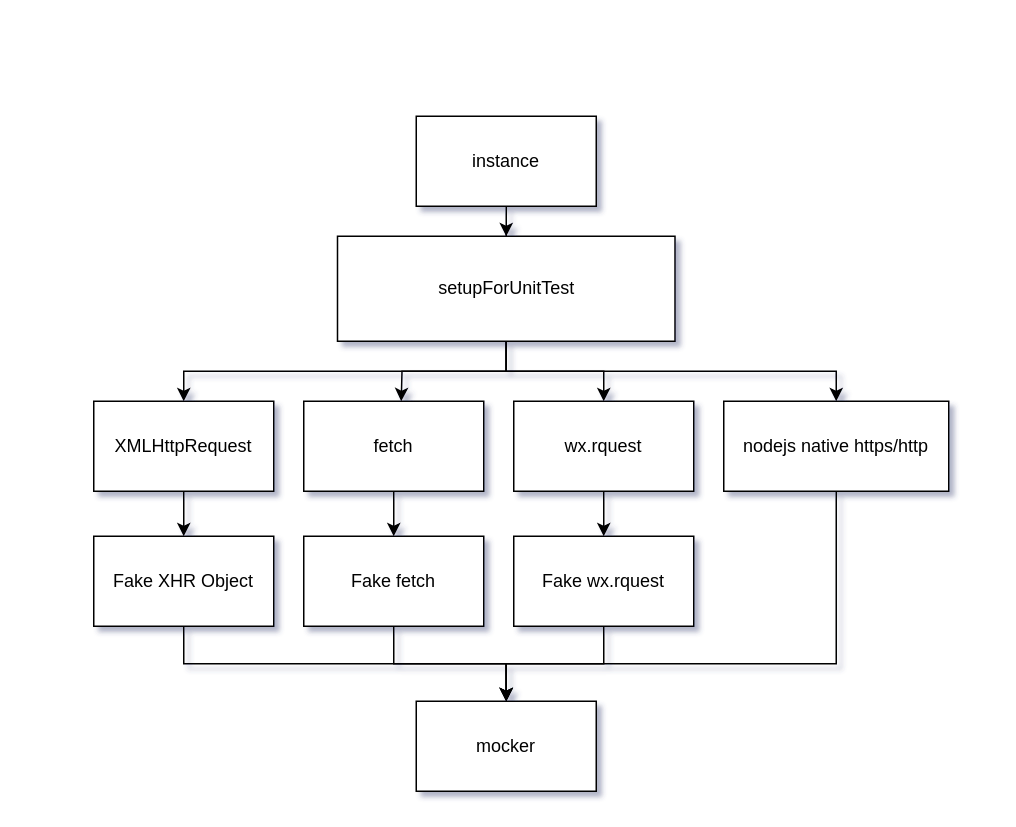
Earlier version of the draw.io diagram docs/unit-test.drawio (huturen/http-request-mock). Source tidied: cells renumbered, new cells numbered last; positions are measured from the earlier drawing's top-left corner, leaving out a move shared by most shapes. Both pictures are drawn from the tidied source at 150%, with x=0, y=0 at pixel (93, 116).
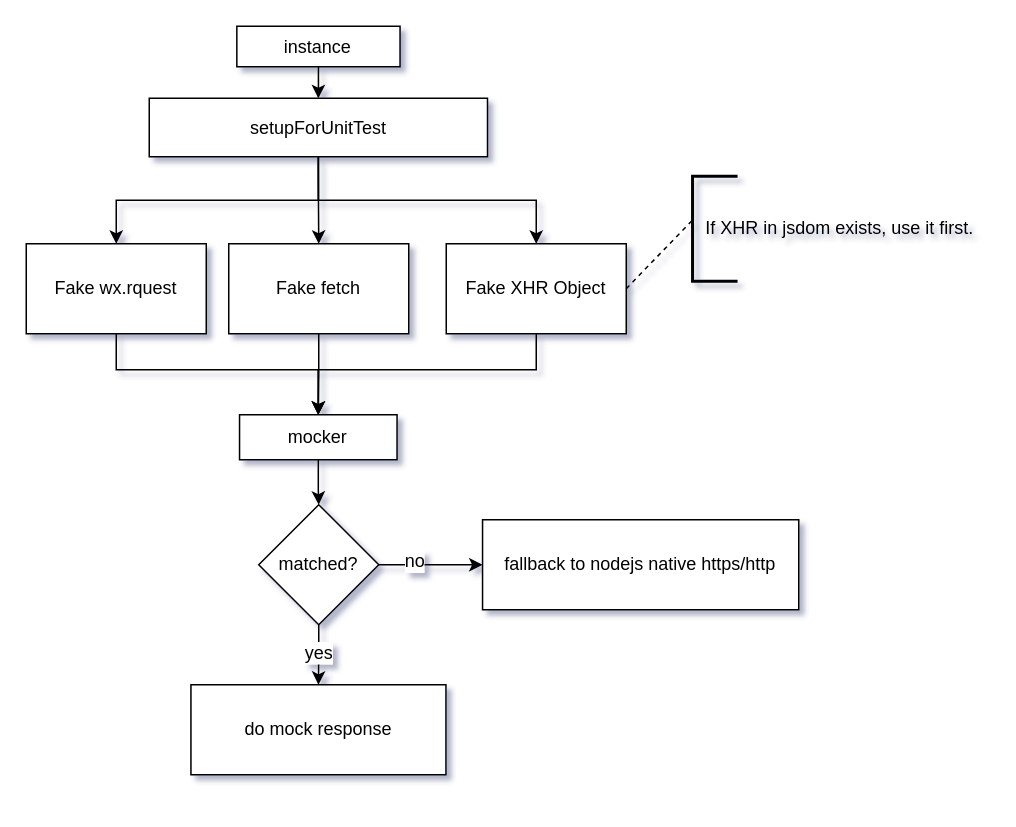
After the change.

Change to the diagram source:
```diff
@@
-    <mxCell id="2" style="edgeStyle=orthogonalEdgeStyle;rounded=0;jettySize=auto;html=1;entryX=0.5;entryY=0;entryDx=0;entryDy=0;" parent="1" edge="1" source="3" target="13">
-      <mxGeometry relative="1" as="geometry" />
-    </mxCell>
+    <mxCell id="23" style="edgeStyle=orthogonalEdgeStyle;rounded=0;jettySize=auto;html=1;entryX=0.5;entryY=0;entryDx=0;entryDy=0;" parent="1" edge="1" source="3" target="13">
+      <mxGeometry relative="1" as="geometry" />
+    </mxCell>
     <mxCell id="3" value="instance" style="rounded=0;whiteSpace=wrap;html=1;" parent="1" vertex="1">
-      <mxGeometry x="215" width="120" height="60" as="geometry" />
+      <mxGeometry x="95.4" y="-60" width="108.8" height="27" as="geometry" />
     </mxCell>
-    <mxCell id="4" style="edgeStyle=orthogonalEdgeStyle;rounded=0;jettySize=auto;html=1;entryX=0.5;entryY=0;entryDx=0;entryDy=0;" parent="1" edge="1" source="5" target="18">
-      <mxGeometry relative="1" as="geometry" />
-    </mxCell>
-    <mxCell id="5" value="XMLHttpRequest" style="rounded=0;whiteSpace=wrap;html=1;" parent="1" vertex="1">
-      <mxGeometry y="190" width="120" height="60" as="geometry" />
-    </mxCell>
-    <mxCell id="6" style="edgeStyle=orthogonalEdgeStyle;rounded=0;jettySize=auto;html=1;entryX=0.5;entryY=0;entryDx=0;entryDy=0;" parent="1" edge="1" source="7" target="20">
-      <mxGeometry relative="1" as="geometry" />
-    </mxCell>
-    <mxCell id="7" value="fetch" style="rounded=0;whiteSpace=wrap;html=1;" parent="1" vertex="1">
-      <mxGeometry x="140" y="190" width="120" height="60" as="geometry" />
-    </mxCell>
-    <mxCell id="8" style="edgeStyle=orthogonalEdgeStyle;rounded=0;jettySize=auto;html=1;entryX=0.5;entryY=0;entryDx=0;entryDy=0;" parent="1" edge="1" source="9" target="22">
-      <mxGeometry relative="1" as="geometry" />
-    </mxCell>
-    <mxCell id="9" value="wx.rquest" style="rounded=0;whiteSpace=wrap;html=1;" parent="1" vertex="1">
-      <mxGeometry x="280" y="190" width="120" height="60" as="geometry" />
-    </mxCell>
-    <mxCell id="10" style="edgeStyle=orthogonalEdgeStyle;rounded=0;jettySize=auto;html=1;entryX=0.5;entryY=0;entryDx=0;entryDy=0;exitX=0.5;exitY=1;exitDx=0;exitDy=0;" parent="1" edge="1" source="11" target="23">
-      <mxGeometry relative="1" as="geometry">
-        <Array as="points">
-          <mxPoint x="495" y="365" />
-          <mxPoint x="275" y="365" />
-        </Array>
-      </mxGeometry>
-    </mxCell>
-    <mxCell id="11" value="nodejs native https/http" style="rounded=0;whiteSpace=wrap;html=1;" parent="1" vertex="1">
-      <mxGeometry x="420" y="190" width="150" height="60" as="geometry" />
-    </mxCell>
-    <mxCell id="12" style="edgeStyle=orthogonalEdgeStyle;rounded=0;jettySize=auto;html=1;entryX=0.5;entryY=0;entryDx=0;entryDy=0;exitX=0.5;exitY=1;exitDx=0;exitDy=0;" parent="1" edge="1" source="13" target="5">
-      <mxGeometry relative="1" as="geometry" />
-    </mxCell>
+    <mxCell id="24" style="edgeStyle=orthogonalEdgeStyle;rounded=0;jettySize=auto;html=1;entryX=0.5;entryY=0;entryDx=0;entryDy=0;exitX=0.5;exitY=1;exitDx=0;exitDy=0;" parent="1" edge="1" source="13" target="22">
+      <mxGeometry relative="1" as="geometry" />
+    </mxCell>
     <mxCell id="13" value="&lt;span style=&quot;text-align: left&quot;&gt;setupForUnitTest&lt;/span&gt;" style="rounded=0;whiteSpace=wrap;html=1;" parent="1" vertex="1">
-      <mxGeometry x="162.5" y="80" width="225" height="70" as="geometry" />
+      <mxGeometry x="37" y="-12" width="225.5" height="39" as="geometry" />
     </mxCell>
-    <mxCell id="14" style="edgeStyle=orthogonalEdgeStyle;rounded=0;jettySize=auto;html=1;exitX=0.5;exitY=1;exitDx=0;exitDy=0;" parent="1" edge="1" source="13">
-      <mxGeometry relative="1" as="geometry">
-        <mxPoint x="205" y="190" as="targetPoint" />
-      </mxGeometry>
-    </mxCell>
-    <mxCell id="15" style="edgeStyle=orthogonalEdgeStyle;rounded=0;jettySize=auto;html=1;exitX=0.5;exitY=1;exitDx=0;exitDy=0;entryX=0.5;entryY=0;entryDx=0;entryDy=0;" parent="1" edge="1" source="13" target="9">
-      <mxGeometry relative="1" as="geometry" />
-    </mxCell>
-    <mxCell id="16" style="edgeStyle=orthogonalEdgeStyle;rounded=0;jettySize=auto;html=1;exitX=0.5;exitY=1;exitDx=0;exitDy=0;entryX=0.5;entryY=0;entryDx=0;entryDy=0;" parent="1" edge="1" source="13" target="11">
-      <mxGeometry relative="1" as="geometry" />
-    </mxCell>
-    <mxCell id="17" style="edgeStyle=orthogonalEdgeStyle;rounded=0;jettySize=auto;html=1;exitX=0.5;exitY=1;exitDx=0;exitDy=0;" parent="1" edge="1" source="18" target="23">
-      <mxGeometry relative="1" as="geometry" />
-    </mxCell>
+    <mxCell id="25" style="edgeStyle=orthogonalEdgeStyle;rounded=0;jettySize=auto;html=1;exitX=0.5;exitY=1;exitDx=0;exitDy=0;entryX=0.5;entryY=0;entryDx=0;entryDy=0;" parent="1" edge="1" source="13" target="20">
+      <mxGeometry relative="1" as="geometry" />
+    </mxCell>
+    <mxCell id="26" style="edgeStyle=orthogonalEdgeStyle;rounded=0;jettySize=auto;html=1;exitX=0.5;exitY=1;exitDx=0;exitDy=0;entryX=0.5;entryY=0;entryDx=0;entryDy=0;" parent="1" edge="1" source="13" target="18">
+      <mxGeometry relative="1" as="geometry" />
+    </mxCell>
+    <mxCell id="27" style="edgeStyle=orthogonalEdgeStyle;rounded=0;jettySize=auto;html=1;exitX=0.5;exitY=1;exitDx=0;exitDy=0;entryX=0.5;entryY=0;entryDx=0;entryDy=0;" parent="1" edge="1" source="22" target="31">
+      <mxGeometry relative="1" as="geometry">
+        <Array as="points">
+          <mxPoint x="15" y="169" />
+          <mxPoint x="150" y="169" />
+        </Array>
+      </mxGeometry>
+    </mxCell>
+    <mxCell id="22" value="&lt;span&gt;Fake wx.rquest&lt;/span&gt;" style="rounded=0;whiteSpace=wrap;html=1;" parent="1" vertex="1">
+      <mxGeometry x="-45" y="85" width="120" height="60" as="geometry" />
+    </mxCell>
+    <mxCell id="28" style="edgeStyle=orthogonalEdgeStyle;rounded=0;jettySize=auto;html=1;entryX=0.5;entryY=0;entryDx=0;entryDy=0;" parent="1" edge="1" source="20" target="31">
+      <mxGeometry relative="1" as="geometry" />
+    </mxCell>
+    <mxCell id="20" value="Fake fetch" style="rounded=0;whiteSpace=wrap;html=1;" parent="1" vertex="1">
+      <mxGeometry x="90" y="85" width="120" height="60" as="geometry" />
+    </mxCell>
+    <mxCell id="29" style="edgeStyle=orthogonalEdgeStyle;rounded=0;jettySize=auto;html=1;entryX=0.5;entryY=0;entryDx=0;entryDy=0;" parent="1" edge="1" source="18" target="31">
+      <mxGeometry relative="1" as="geometry">
+        <Array as="points">
+          <mxPoint x="295" y="169" />
+          <mxPoint x="150" y="169" />
+        </Array>
+      </mxGeometry>
+    </mxCell>
     <mxCell id="18" value="Fake XHR Object" style="rounded=0;whiteSpace=wrap;html=1;" parent="1" vertex="1">
-      <mxGeometry y="280" width="120" height="60" as="geometry" />
+      <mxGeometry x="235" y="85" width="120" height="60" as="geometry" />
     </mxCell>
-    <mxCell id="19" style="edgeStyle=orthogonalEdgeStyle;rounded=0;jettySize=auto;html=1;entryX=0.5;entryY=0;entryDx=0;entryDy=0;" parent="1" edge="1" source="20" target="23">
-      <mxGeometry relative="1" as="geometry" />
-    </mxCell>
-    <mxCell id="20" value="Fake fetch" style="rounded=0;whiteSpace=wrap;html=1;" parent="1" vertex="1">
-      <mxGeometry x="140" y="280" width="120" height="60" as="geometry" />
-    </mxCell>
-    <mxCell id="21" style="edgeStyle=orthogonalEdgeStyle;rounded=0;jettySize=auto;html=1;entryX=0.5;entryY=0;entryDx=0;entryDy=0;" parent="1" edge="1" source="22" target="23">
-      <mxGeometry relative="1" as="geometry" />
-    </mxCell>
-    <mxCell id="22" value="Fake wx.rquest" style="rounded=0;whiteSpace=wrap;html=1;" parent="1" vertex="1">
-      <mxGeometry x="280" y="280" width="120" height="60" as="geometry" />
-    </mxCell>
-    <mxCell id="23" value="mocker" style="rounded=0;whiteSpace=wrap;html=1;" parent="1" vertex="1">
-      <mxGeometry x="215" y="390" width="120" height="60" as="geometry" />
-    </mxCell>
+    <mxCell id="30" style="edgeStyle=orthogonalEdgeStyle;rounded=0;jettySize=auto;html=1;entryX=0.5;entryY=0;entryDx=0;entryDy=0;" parent="1" edge="1" source="31" target="32">
+      <mxGeometry relative="1" as="geometry" />
+    </mxCell>
+    <mxCell id="31" value="mocker" style="rounded=0;whiteSpace=wrap;html=1;" parent="1" vertex="1">
+      <mxGeometry x="97.2" y="199" width="105" height="30" as="geometry" />
+    </mxCell>
+    <mxCell id="32" value="matched?" style="rhombus;whiteSpace=wrap;html=1;" parent="1" vertex="1">
+      <mxGeometry x="110" y="259" width="80" height="80" as="geometry" />
+    </mxCell>
+    <mxCell id="33" value="fallback to nodejs native https/http" style="rounded=0;whiteSpace=wrap;html=1;" parent="1" vertex="1">
+      <mxGeometry x="259.2" y="269" width="210.8" height="60" as="geometry" />
+    </mxCell>
+    <mxCell id="34" style="edgeStyle=orthogonalEdgeStyle;rounded=0;jettySize=auto;html=1;entryX=0;entryY=0.5;entryDx=0;entryDy=0;exitX=1;exitY=0.5;exitDx=0;exitDy=0;" parent="1" edge="1" source="32" target="33">
+      <mxGeometry relative="1" as="geometry" />
+    </mxCell>
+    <mxCell id="35" value="no" style="text;html=1;align=center;verticalAlign=middle;labelBackgroundColor=#ffffff;" parent="34" vertex="1">
+      <mxGeometry x="-0.33" y="3" relative="1" as="geometry" />
+    </mxCell>
+    <mxCell id="36" style="edgeStyle=orthogonalEdgeStyle;rounded=0;jettySize=auto;html=1;entryX=0.5;entryY=0;entryDx=0;entryDy=0;exitX=0.5;exitY=1;exitDx=0;exitDy=0;" parent="1" edge="1" source="32" target="38">
+      <mxGeometry relative="1" as="geometry" />
+    </mxCell>
+    <mxCell id="37" value="yes" style="text;html=1;align=center;verticalAlign=middle;labelBackgroundColor=#ffffff;" parent="36" vertex="1">
+      <mxGeometry x="-0.76" relative="1" as="geometry">
+        <mxPoint x="-0.5" y="13.5" as="offset" />
+      </mxGeometry>
+    </mxCell>
+    <mxCell id="38" value="do mock response" style="rounded=0;whiteSpace=wrap;html=1;" parent="1" vertex="1">
+      <mxGeometry x="64.8" y="379" width="170" height="60" as="geometry" />
+    </mxCell>
+    <mxCell id="39" style="strokeWidth=2;html=1;shape=mxgraph.flowchart.annotation_1;align=left;" parent="1" vertex="1">
+      <mxGeometry x="399.2" y="40" width="30" height="70" as="geometry" />
+    </mxCell>
+    <mxCell id="40" style="endArrow=none;dashed=1;html=1;strokeWidth=1;exitX=1;exitY=0.5;exitDx=0;exitDy=0;entryX=0;entryY=0.417;entryDx=0;entryDy=0;entryPerimeter=0;" parent="1" edge="1" source="18" target="39">
+      <mxGeometry relative="1" as="geometry" />
+    </mxCell>
+    <mxCell id="41" value="If XHR in jsdom exists, use it first." style="text;html=1;strokeColor=none;fillColor=none;align=center;verticalAlign=middle;whiteSpace=wrap;rounded=0;" parent="1" vertex="1">
+      <mxGeometry x="404" y="65" width="187" height="20" as="geometry" />
+    </mxCell>
```
